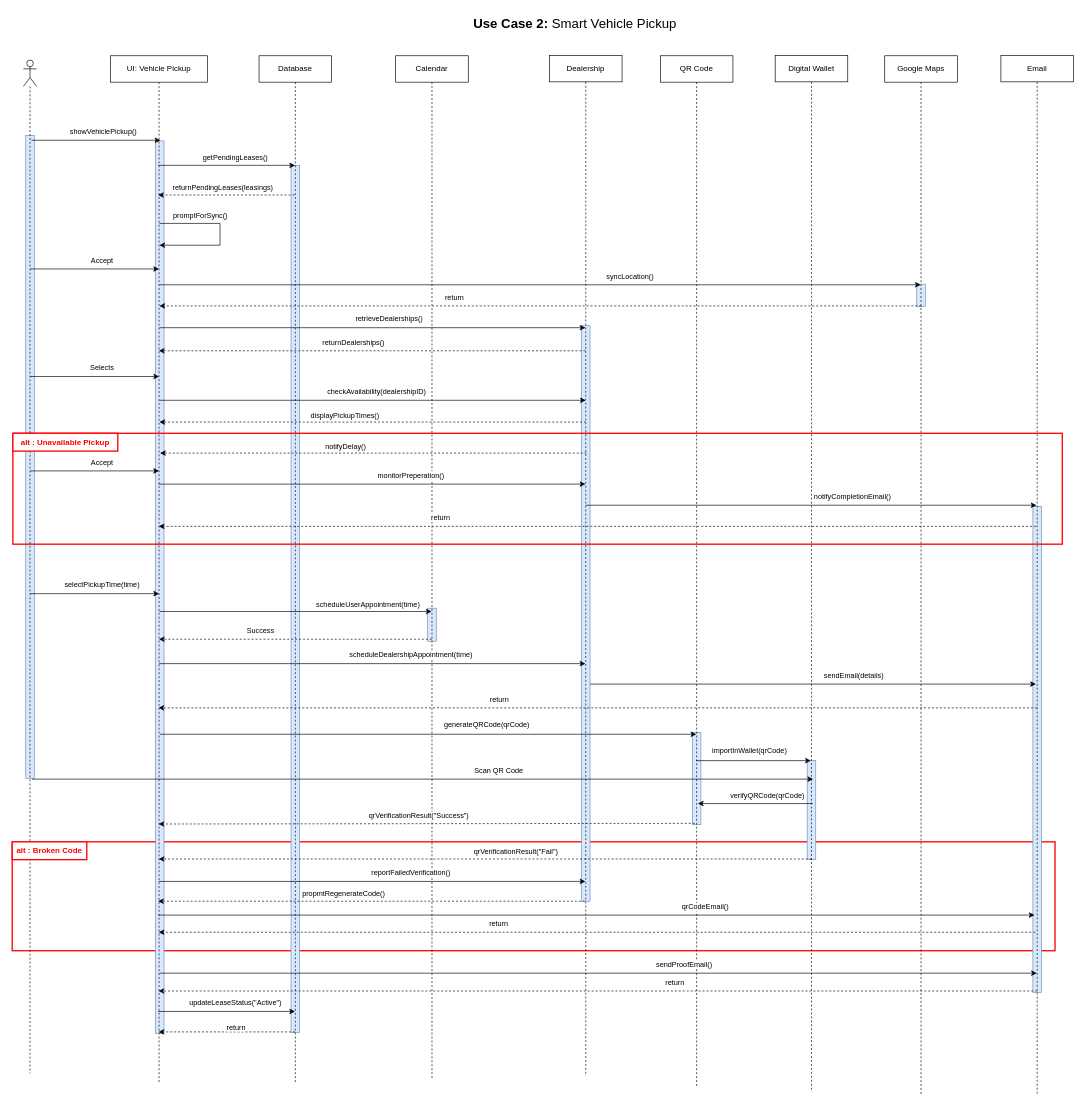
This is page "Use Case 2 : Sequence" (2 of 9) of drawio/Sequences.drawio from ChristineGi/LeaseIt, a draw.io file, before an edit. Source tidied: cells renumbered, new cells numbered last; positions are measured from the earlier drawing's top-left corner, leaving out a move shared by most shapes. Both pictures are drawn from the tidied source at 66%, with x=0, y=0 at pixel (12, 11).
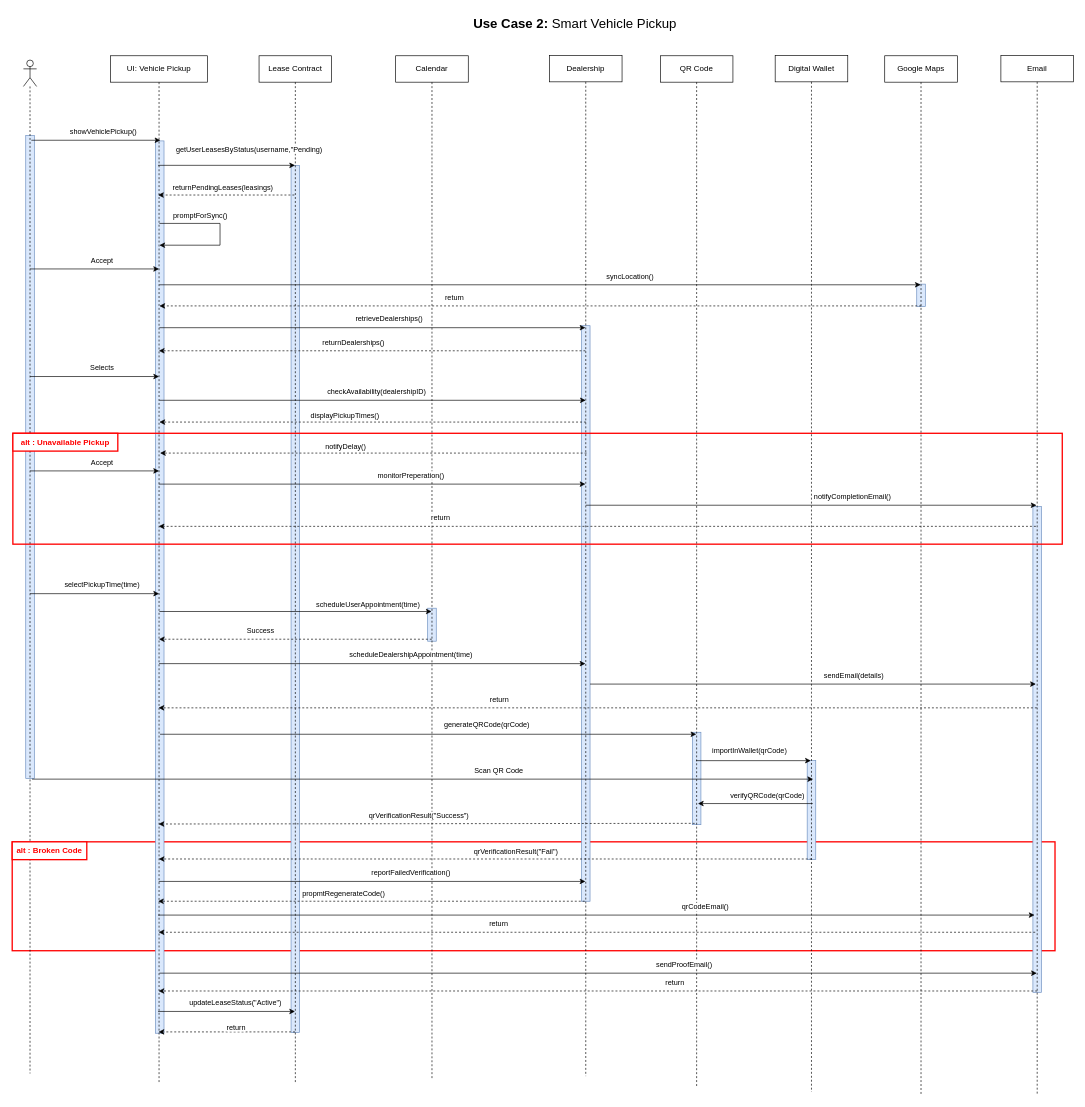
Above is the later version.

Unchanged cells that the change refers to:
```xml
<mxCell id="24" style="endArrow=classic;html=1;rounded=0;" parent="1" edge="1" target="20">
  <mxGeometry relative="1" as="geometry">
    <mxPoint x="221" y="233" as="sourcePoint" />
  </mxGeometry>
</mxCell>
```

Change to the diagram source:
```diff
@@
-    <mxCell id="20" value="Database" style="shape=umlLifeline;perimeter=lifelinePerimeter;whiteSpace=wrap;html=1;outlineConnect=0;portConstraint=eastwest;newEdgeStyle={&quot;curved&quot;:0,&quot;rounded&quot;:0};" parent="1" vertex="1">
+    <mxCell id="20" value="Lease Contract" style="shape=umlLifeline;perimeter=lifelinePerimeter;whiteSpace=wrap;html=1;outlineConnect=0;portConstraint=eastwest;newEdgeStyle={&quot;curved&quot;:0,&quot;rounded&quot;:0};" parent="1" vertex="1">
       <mxGeometry x="374" y="67" width="110" height="1557" as="geometry" />
     </mxCell>
@@
-    <mxCell id="25" value="getPendingLeases()" style="edgeLabel;html=1;align=center;verticalAlign=middle;" parent="24" vertex="1">
+    <mxCell id="25" value="getUserLeasesByStatus(username,&quot;Pending)" style="edgeLabel;html=1;align=center;verticalAlign=middle;" parent="24" vertex="1">
       <mxGeometry x="0.21" relative="1" as="geometry">
-        <mxPoint x="-10" y="-13" as="offset" />
+        <mxPoint x="11" y="-25" as="offset" />
       </mxGeometry>
     </mxCell>
```
